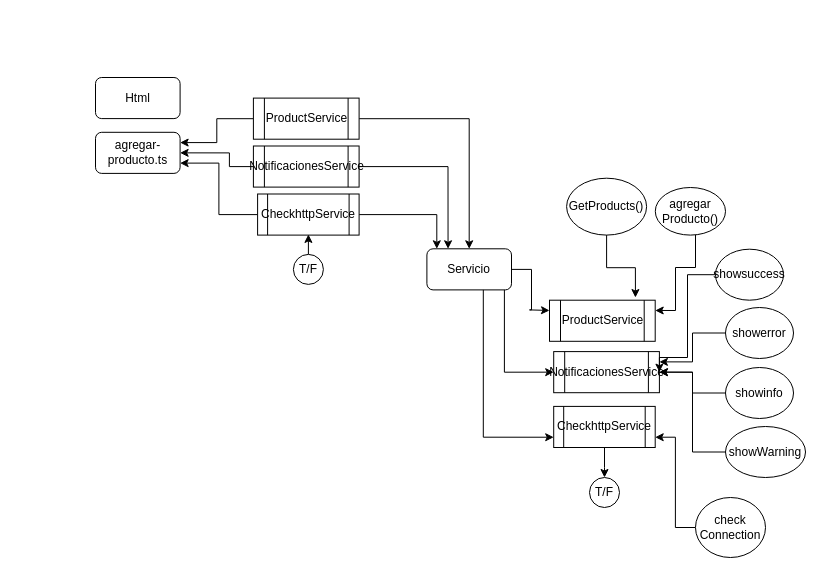
Before: src/assets/img/servicio.drawio in juanbike/ecommerce, a draw.io diagram. Source tidied: cells renumbered, new cells numbered last; positions are measured from the earlier drawing's top-left corner, leaving out a move shared by most shapes. Both pictures are drawn from the tidied source at 100%, with x=0, y=0 at pixel (95, 77).
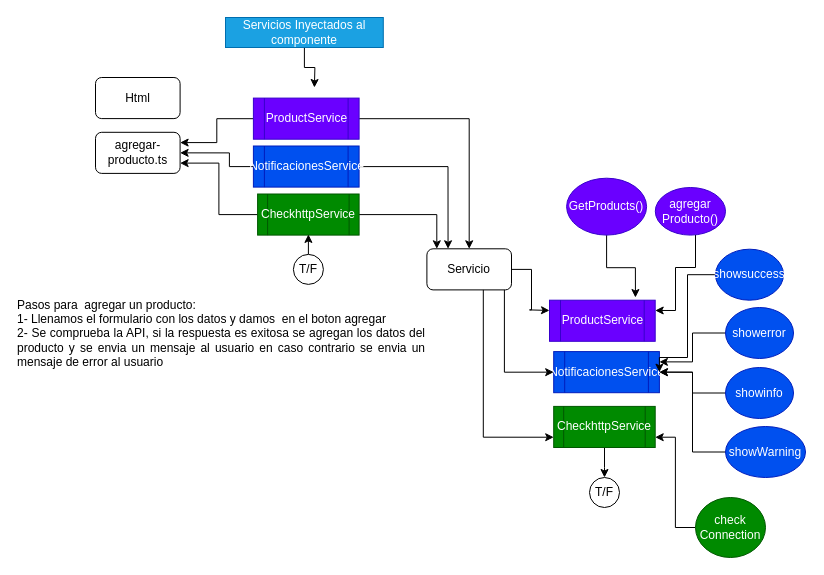
The same page after the edit.

Change to the diagram source:
```diff
@@
-    <mxCell id="7" value="ProductService" style="shape=process;whiteSpace=wrap;html=1;backgroundOutline=1;" parent="1" vertex="1">
+    <mxCell id="7" value="ProductService" style="shape=process;whiteSpace=wrap;html=1;backgroundOutline=1;fillColor=#6a00ff;fontColor=#ffffff;strokeColor=#3700CC;" parent="1" vertex="1">
       <mxGeometry x="157.9" y="20.6" width="105.7" height="41.1" as="geometry" />
     </mxCell>
@@
-    <mxCell id="10" value="NotificacionesService" style="shape=process;whiteSpace=wrap;html=1;backgroundOutline=1;" parent="1" vertex="1">
+    <mxCell id="10" value="NotificacionesService" style="shape=process;whiteSpace=wrap;html=1;backgroundOutline=1;fillColor=#0050ef;fontColor=#ffffff;strokeColor=#001DBC;" parent="1" vertex="1">
       <mxGeometry x="157.9" y="68.5" width="105.7" height="41.1" as="geometry" />
     </mxCell>
@@
-    <mxCell id="13" value="CheckhttpService" style="shape=process;whiteSpace=wrap;html=1;backgroundOutline=1;" parent="1" vertex="1">
+    <mxCell id="13" value="CheckhttpService" style="shape=process;whiteSpace=wrap;html=1;backgroundOutline=1;fillColor=#008a00;fontColor=#ffffff;strokeColor=#005700;" parent="1" vertex="1">
       <mxGeometry x="162.1" y="116.5" width="101.5" height="41.1" as="geometry" />
     </mxCell>
-    <mxCell id="14" value="ProductService" style="shape=process;whiteSpace=wrap;html=1;backgroundOutline=1;" parent="1" vertex="1">
+    <mxCell id="14" value="ProductService" style="shape=process;whiteSpace=wrap;html=1;backgroundOutline=1;fillColor=#6a00ff;fontColor=#ffffff;strokeColor=#3700CC;" parent="1" vertex="1">
       <mxGeometry x="454" y="222.7" width="105.7" height="41.1" as="geometry" />
     </mxCell>
@@
-    <mxCell id="16" value="NotificacionesService" style="shape=process;whiteSpace=wrap;html=1;backgroundOutline=1;" parent="1" vertex="1">
+    <mxCell id="16" value="NotificacionesService" style="shape=process;whiteSpace=wrap;html=1;backgroundOutline=1;fillColor=#0050ef;fontColor=#ffffff;strokeColor=#001DBC;" parent="1" vertex="1">
       <mxGeometry x="458.2" y="274.1" width="105.7" height="41.1" as="geometry" />
     </mxCell>
@@
-    <mxCell id="19" value="CheckhttpService" style="shape=process;whiteSpace=wrap;html=1;backgroundOutline=1;" parent="1" vertex="1">
+    <mxCell id="19" value="CheckhttpService" style="shape=process;whiteSpace=wrap;html=1;backgroundOutline=1;fillColor=#008a00;fontColor=#ffffff;strokeColor=#005700;" parent="1" vertex="1">
       <mxGeometry x="458.2" y="328.9" width="101.5" height="41.1" as="geometry" />
     </mxCell>
@@
-    <mxCell id="25" value="GetProducts()" style="ellipse;whiteSpace=wrap;html=1;" parent="1" vertex="1">
+    <mxCell id="25" value="GetProducts()" style="ellipse;whiteSpace=wrap;html=1;fillColor=#6a00ff;fontColor=#ffffff;strokeColor=#3700CC;" parent="1" vertex="1">
       <mxGeometry x="471.1" y="100.7" width="80" height="56.9" as="geometry" />
     </mxCell>
@@
-    <mxCell id="27" value="agregar&lt;br&gt;Producto()" style="ellipse;whiteSpace=wrap;html=1;" parent="1" vertex="1">
+    <mxCell id="27" value="agregar&lt;br&gt;Producto()" style="ellipse;whiteSpace=wrap;html=1;fillColor=#6a00ff;fontColor=#ffffff;strokeColor=#3700CC;" parent="1" vertex="1">
       <mxGeometry x="559.8" y="110" width="70.2" height="47.6" as="geometry" />
     </mxCell>
@@
-    <mxCell id="29" value="showsuccess" style="ellipse;whiteSpace=wrap;html=1;" parent="1" vertex="1">
+    <mxCell id="29" value="showsuccess" style="ellipse;whiteSpace=wrap;html=1;fillColor=#0050ef;fontColor=#ffffff;strokeColor=#001DBC;" parent="1" vertex="1">
       <mxGeometry x="620" y="171.7" width="68" height="51" as="geometry" />
     </mxCell>
@@
-    <mxCell id="31" value="showerror" style="ellipse;whiteSpace=wrap;html=1;" parent="1" vertex="1">
+    <mxCell id="31" value="showerror" style="ellipse;whiteSpace=wrap;html=1;fillColor=#0050ef;fontColor=#ffffff;strokeColor=#001DBC;" parent="1" vertex="1">
       <mxGeometry x="630" y="230" width="68" height="51" as="geometry" />
     </mxCell>
@@
-    <mxCell id="33" value="showinfo" style="ellipse;whiteSpace=wrap;html=1;" parent="1" vertex="1">
+    <mxCell id="33" value="showinfo" style="ellipse;whiteSpace=wrap;html=1;fillColor=#0050ef;fontColor=#ffffff;strokeColor=#001DBC;" parent="1" vertex="1">
       <mxGeometry x="630" y="290" width="68" height="51" as="geometry" />
     </mxCell>
@@
-    <mxCell id="35" value="showWarning" style="ellipse;whiteSpace=wrap;html=1;" parent="1" vertex="1">
+    <mxCell id="35" value="showWarning" style="ellipse;whiteSpace=wrap;html=1;fillColor=#0050ef;fontColor=#ffffff;strokeColor=#001DBC;" parent="1" vertex="1">
       <mxGeometry x="630" y="349" width="80" height="51" as="geometry" />
     </mxCell>
@@
-    <mxCell id="37" value="check&lt;br&gt;Connection" style="ellipse;whiteSpace=wrap;html=1;" parent="1" vertex="1">
+    <mxCell id="37" value="check&lt;br&gt;Connection" style="ellipse;whiteSpace=wrap;html=1;fillColor=#008a00;fontColor=#ffffff;strokeColor=#005700;" parent="1" vertex="1">
       <mxGeometry x="600" y="420" width="70" height="60" as="geometry" />
     </mxCell>
+    <mxCell id="38" value="&lt;div style=&quot;text-align: justify;&quot;&gt;&lt;span style=&quot;background-color: initial;&quot;&gt;Pasos para&amp;nbsp; agregar un producto:&amp;nbsp;&lt;/span&gt;&lt;/div&gt;&lt;div style=&quot;text-align: justify;&quot;&gt;&lt;span style=&quot;background-color: initial;&quot;&gt;1- Llenamos el formulario con los datos y damos&amp;nbsp; en el boton agregar&lt;/span&gt;&lt;/div&gt;&lt;div style=&quot;text-align: justify;&quot;&gt;&lt;span style=&quot;background-color: initial;&quot;&gt;2- Se comprueba la API, si la respuesta es exitosa se agregan los datos del producto y se envia un mensaje al usuario en caso contrario se envia un mensaje de error al usuario&lt;/span&gt;&lt;/div&gt;" style="text;html=1;strokeColor=none;fillColor=none;align=center;verticalAlign=middle;whiteSpace=wrap;rounded=0;" parent="1" vertex="1">
+      <mxGeometry x="-78.7" y="210.5" width="410" height="90" as="geometry" />
+    </mxCell>
+    <mxCell id="39" style="edgeStyle=orthogonalEdgeStyle;rounded=0;jettySize=auto;html=1;" parent="1" edge="1" source="40">
+      <mxGeometry relative="1" as="geometry">
+        <mxPoint x="218.9" y="10" as="targetPoint" />
+      </mxGeometry>
+    </mxCell>
+    <mxCell id="40" value="Servicios Inyectados al componente" style="text;html=1;strokeColor=#006EAF;fillColor=#1ba1e2;align=center;verticalAlign=middle;whiteSpace=wrap;rounded=0;fontColor=#ffffff;" parent="1" vertex="1">
+      <mxGeometry x="130" y="-60" width="157.8" height="30" as="geometry" />
+    </mxCell>
```
